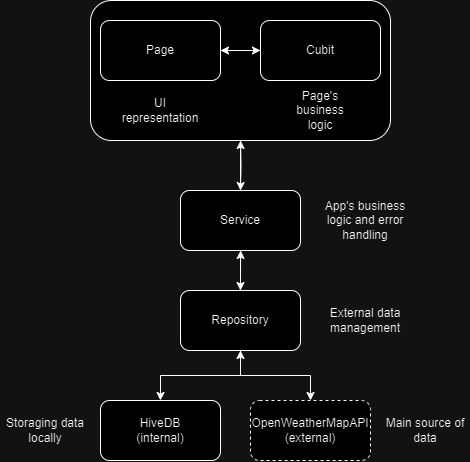
Before: RockNCloudAppArch.png, a diagram exported from draw.io (arcbueno/RockNClouds). Source tidied: cells renumbered, new cells last; positions are measured from the earlier drawing's top-left corner, leaving out a move shared by most shapes.
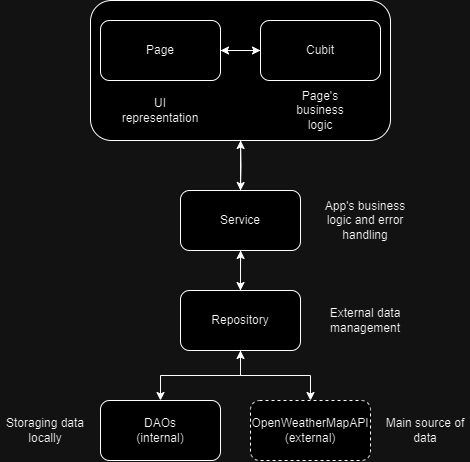
After the commit.

What changed in the source:
```diff
@@ -47,7 +47,7 @@
     <mxCell id="14" value="Repository" style="rounded=1;whiteSpace=wrap;html=1;" parent="1" vertex="1">
       <mxGeometry x="180" y="290" width="120" height="60" as="geometry" />
     </mxCell>
-    <mxCell id="15" value="HiveDB&lt;div&gt;(internal)&lt;/div&gt;" style="rounded=1;whiteSpace=wrap;html=1;" parent="1" vertex="1">
+    <mxCell id="15" value="DAOs&lt;div&gt;(internal)&lt;/div&gt;" style="rounded=1;whiteSpace=wrap;html=1;" parent="1" vertex="1">
       <mxGeometry x="100" y="400" width="120" height="60" as="geometry" />
     </mxCell>
     <mxCell id="16" value="OpenWeatherMapAPI&lt;div&gt;(external)&lt;/div&gt;" style="rounded=1;whiteSpace=wrap;html=1;dashed=1;" parent="1" vertex="1">
```
